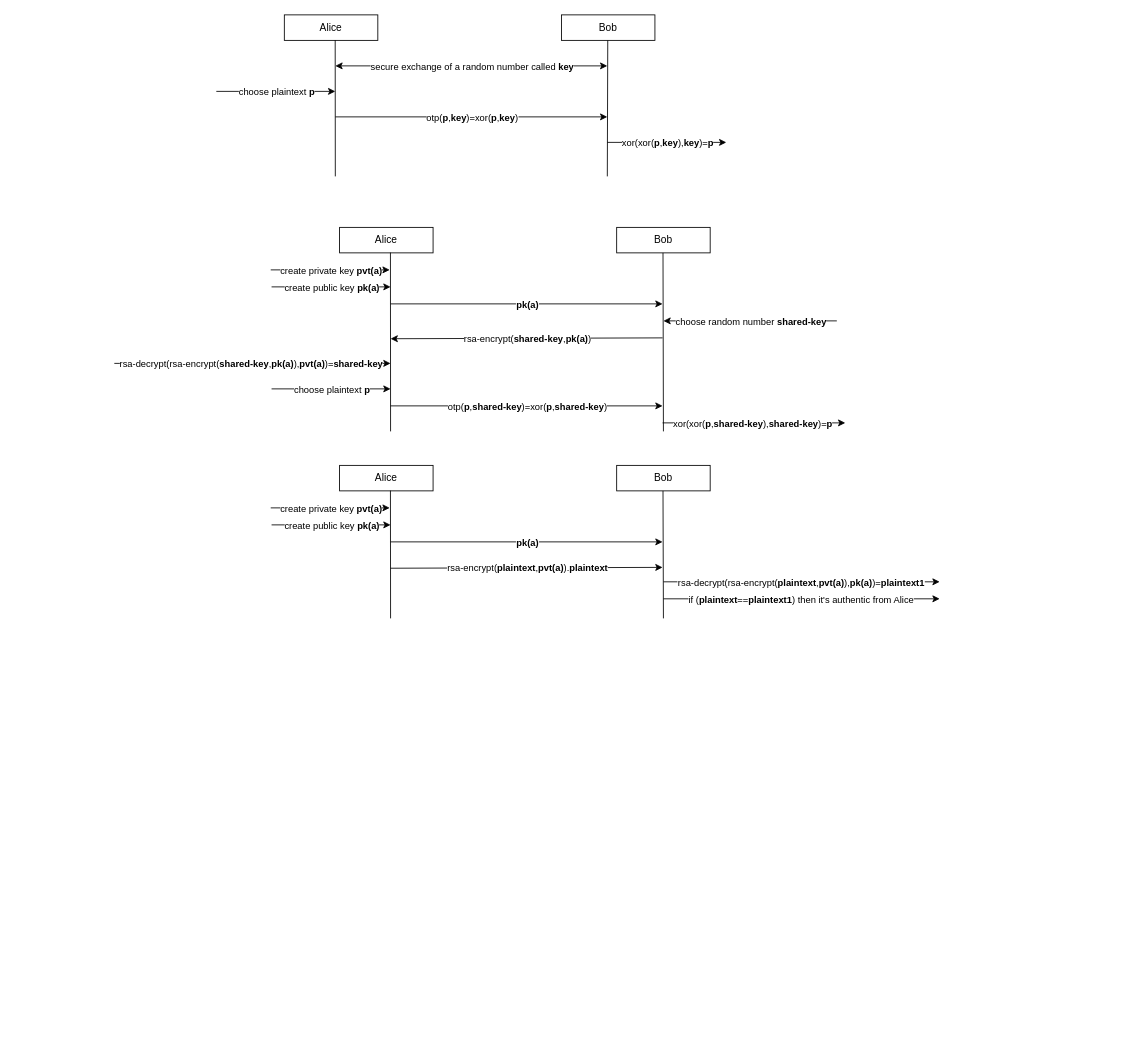
This is cybersecurity_2023/imgs/asym-enc.drawio from v-research/edu, a draw.io file, before an edit. Source tidied: cells renumbered, new cells numbered last; positions are measured from the earlier drawing's top-left corner, leaving out a move shared by most shapes. Both pictures are drawn from the tidied source at 85%, with x=0, y=0 at pixel (114, 14).
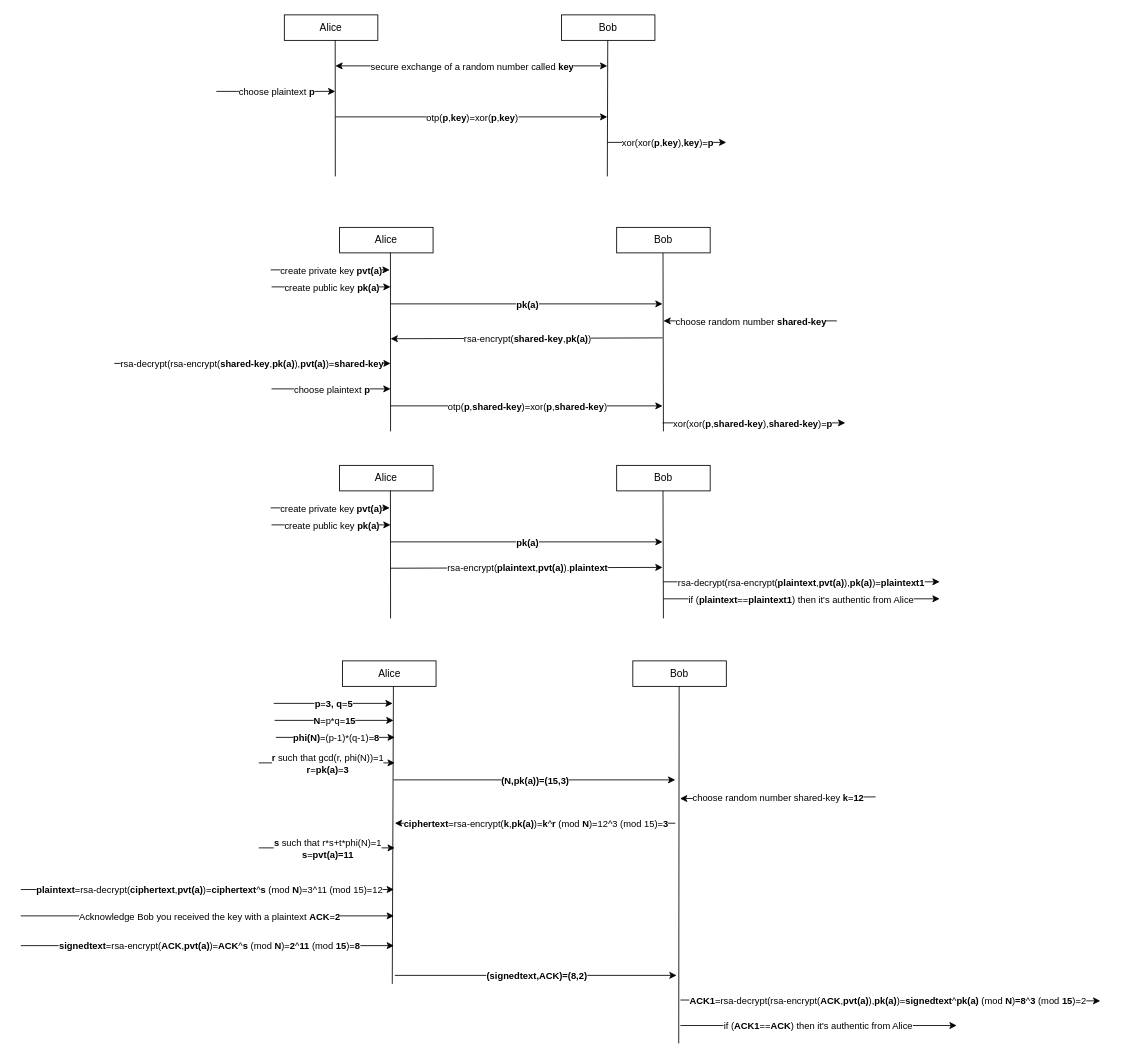
After the change.

Change to the diagram source:
```diff
@@
+    <mxCell id="52" value="Alice" style="rounded=0;whiteSpace=wrap;html=1;" parent="1" vertex="1">
+      <mxGeometry x="268.5" y="760" width="110" height="30" as="geometry" />
+    </mxCell>
+    <mxCell id="53" value="Bob" style="rounded=0;whiteSpace=wrap;html=1;" parent="1" vertex="1">
+      <mxGeometry x="610" y="760" width="110" height="30" as="geometry" />
+    </mxCell>
+    <mxCell id="54" style="endArrow=none;html=1;rounded=0;entryX=0.544;entryY=0.989;entryDx=0;entryDy=0;entryPerimeter=0;" parent="1" edge="1" target="52">
+      <mxGeometry relative="1" as="geometry">
+        <mxPoint x="327" y="1140" as="sourcePoint" />
+      </mxGeometry>
+    </mxCell>
+    <mxCell id="55" style="endArrow=none;html=1;rounded=0;entryX=0.436;entryY=1;entryDx=0;entryDy=0;entryPerimeter=0;" parent="1" edge="1">
+      <mxGeometry relative="1" as="geometry">
+        <mxPoint x="664" y="1210" as="sourcePoint" />
+        <mxPoint x="664.5" y="790" as="targetPoint" />
+      </mxGeometry>
+    </mxCell>
+    <mxCell id="56" style="endArrow=classic;html=1;rounded=0;" parent="1" edge="1">
+      <mxGeometry relative="1" as="geometry">
+        <mxPoint x="666" y="1159" as="sourcePoint" />
+        <mxPoint x="1160" y="1160" as="targetPoint" />
+      </mxGeometry>
+    </mxCell>
+    <mxCell id="57" value="&lt;b&gt;ACK1&lt;/b&gt;=rsa-decrypt(rsa-encrypt(&lt;b&gt;ACK&lt;/b&gt;,&lt;b&gt;pvt(a)&lt;/b&gt;),&lt;b&gt;pk(a)&lt;/b&gt;)=&lt;b&gt;signedtext&lt;/b&gt;^&lt;b&gt;pk(a) &lt;/b&gt;(mod &lt;b&gt;N&lt;/b&gt;)&lt;b&gt;=8&lt;/b&gt;^&lt;b&gt;3 &lt;/b&gt;(mod &lt;b&gt;15&lt;/b&gt;)=2" style="edgeLabel;html=1;align=center;verticalAlign=middle;" parent="56" vertex="1">
+      <mxGeometry relative="1" as="geometry">
+        <mxPoint x="-3" as="offset" />
+      </mxGeometry>
+    </mxCell>
+    <mxCell id="58" style="endArrow=classic;html=1;rounded=0;" parent="1" edge="1">
+      <mxGeometry relative="1" as="geometry">
+        <mxPoint x="187.5" y="810" as="sourcePoint" />
+        <mxPoint x="327.5" y="810" as="targetPoint" />
+      </mxGeometry>
+    </mxCell>
+    <mxCell id="59" value="&lt;b&gt;p&lt;/b&gt;=&lt;b&gt;3, q&lt;/b&gt;=&lt;b&gt;5&lt;/b&gt;" style="edgeLabel;html=1;align=center;verticalAlign=middle;" parent="58" vertex="1">
+      <mxGeometry relative="1" as="geometry" />
+    </mxCell>
+    <mxCell id="60" style="endArrow=classic;html=1;rounded=0;" parent="1" edge="1">
+      <mxGeometry relative="1" as="geometry">
+        <mxPoint x="188.5" y="830" as="sourcePoint" />
+        <mxPoint x="328.5" y="830" as="targetPoint" />
+      </mxGeometry>
+    </mxCell>
+    <mxCell id="61" value="&lt;b&gt;N&lt;/b&gt;=p*q=&lt;b&gt;15&lt;/b&gt;" style="edgeLabel;html=1;align=center;verticalAlign=middle;" parent="60" vertex="1">
+      <mxGeometry relative="1" as="geometry" />
+    </mxCell>
+    <mxCell id="62" style="endArrow=classic;html=1;rounded=0;" parent="1" edge="1">
+      <mxGeometry relative="1" as="geometry">
+        <mxPoint x="328.5" y="900" as="sourcePoint" />
+        <mxPoint x="660" y="900" as="targetPoint" />
+      </mxGeometry>
+    </mxCell>
+    <mxCell id="63" value="&lt;b&gt;(N,pk(a))=(15,3)&lt;/b&gt;" style="edgeLabel;html=1;align=center;verticalAlign=middle;" parent="62" vertex="1">
+      <mxGeometry relative="1" as="geometry" />
+    </mxCell>
+    <mxCell id="64" style="endArrow=classic;html=1;rounded=0;" parent="1" edge="1">
+      <mxGeometry relative="1" as="geometry">
+        <mxPoint x="666" y="1189" as="sourcePoint" />
+        <mxPoint x="991" y="1189" as="targetPoint" />
+      </mxGeometry>
+    </mxCell>
+    <mxCell id="65" value="if (&lt;b&gt;ACK1&lt;/b&gt;==&lt;b&gt;ACK&lt;/b&gt;) then it's authentic from Alice" style="edgeLabel;html=1;align=center;verticalAlign=middle;" parent="64" vertex="1">
+      <mxGeometry relative="1" as="geometry">
+        <mxPoint x="-2" as="offset" />
+      </mxGeometry>
+    </mxCell>
+    <mxCell id="66" style="endArrow=classic;html=1;rounded=0;" parent="1" edge="1">
+      <mxGeometry relative="1" as="geometry">
+        <mxPoint x="190" y="850" as="sourcePoint" />
+        <mxPoint x="330" y="850" as="targetPoint" />
+      </mxGeometry>
+    </mxCell>
+    <mxCell id="67" value="&lt;b&gt;phi(N)&lt;/b&gt;=(p-1)*(q-1)=&lt;b&gt;8&lt;/b&gt;" style="edgeLabel;html=1;align=center;verticalAlign=middle;" parent="66" vertex="1">
+      <mxGeometry relative="1" as="geometry" />
+    </mxCell>
+    <mxCell id="68" style="endArrow=classic;html=1;rounded=0;" parent="1" edge="1">
+      <mxGeometry relative="1" as="geometry">
+        <mxPoint x="170" y="880" as="sourcePoint" />
+        <mxPoint x="330" y="880" as="targetPoint" />
+      </mxGeometry>
+    </mxCell>
+    <mxCell id="69" value="&lt;b&gt;r &lt;/b&gt;such that gcd(r, phi(N))=1&lt;br&gt;&lt;b&gt;r&lt;/b&gt;=&lt;b&gt;pk(a)&lt;/b&gt;=&lt;b&gt;3&lt;/b&gt;" style="edgeLabel;html=1;align=center;verticalAlign=middle;" parent="68" vertex="1">
+      <mxGeometry relative="1" as="geometry" />
+    </mxCell>
+    <mxCell id="70" style="endArrow=classic;html=1;rounded=0;" parent="1" edge="1">
+      <mxGeometry relative="1" as="geometry">
+        <mxPoint x="895.5" y="920" as="sourcePoint" />
+        <mxPoint x="665.5" y="922" as="targetPoint" />
+      </mxGeometry>
+    </mxCell>
+    <mxCell id="71" value="choose random number&amp;nbsp;shared-key &lt;b&gt;k&lt;/b&gt;=&lt;b&gt;12&lt;/b&gt;" style="edgeLabel;html=1;align=center;verticalAlign=middle;" parent="70" vertex="1">
+      <mxGeometry relative="1" as="geometry" />
+    </mxCell>
+    <mxCell id="72" style="endArrow=classic;html=1;rounded=0;" parent="1" edge="1">
+      <mxGeometry relative="1" as="geometry">
+        <mxPoint x="660" y="951" as="sourcePoint" />
+        <mxPoint x="330" y="951" as="targetPoint" />
+      </mxGeometry>
+    </mxCell>
+    <mxCell id="73" value="&lt;b&gt;ciphertext&lt;/b&gt;=rsa-encrypt(&lt;b&gt;k&lt;/b&gt;,&lt;b&gt;pk(a)&lt;/b&gt;)=&lt;b&gt;k&lt;/b&gt;^&lt;b&gt;r&lt;/b&gt; (mod &lt;b&gt;N&lt;/b&gt;)=12^3 (mod 15)=&lt;b&gt;3&lt;/b&gt;" style="edgeLabel;html=1;align=center;verticalAlign=middle;" parent="72" vertex="1">
+      <mxGeometry relative="1" as="geometry" />
+    </mxCell>
+    <mxCell id="74" style="endArrow=classic;html=1;rounded=0;" parent="1" edge="1">
+      <mxGeometry relative="1" as="geometry">
+        <mxPoint x="170" y="980" as="sourcePoint" />
+        <mxPoint x="330" y="980" as="targetPoint" />
+      </mxGeometry>
+    </mxCell>
+    <mxCell id="75" value="&lt;b&gt;s &lt;/b&gt;such that r*s+t*phi(N)=1&lt;br&gt;&lt;b&gt;s&lt;/b&gt;=&lt;b&gt;pvt(a)=11&lt;/b&gt;" style="edgeLabel;html=1;align=center;verticalAlign=middle;" parent="74" vertex="1">
+      <mxGeometry relative="1" as="geometry" />
+    </mxCell>
+    <mxCell id="76" style="endArrow=classic;html=1;rounded=0;" parent="1" edge="1">
+      <mxGeometry relative="1" as="geometry">
+        <mxPoint x="-110" y="1029" as="sourcePoint" />
+        <mxPoint x="329" y="1029" as="targetPoint" />
+      </mxGeometry>
+    </mxCell>
+    <mxCell id="77" value="&lt;b&gt;plaintext&lt;/b&gt;=rsa-decrypt(&lt;b&gt;ciphertext&lt;/b&gt;,&lt;b&gt;pvt(a)&lt;/b&gt;)=&lt;b&gt;ciphertext&lt;/b&gt;^&lt;b&gt;s &lt;/b&gt;(mod&lt;b&gt; N&lt;/b&gt;)=3^11 (mod 15)=12" style="edgeLabel;html=1;align=center;verticalAlign=middle;" parent="76" vertex="1">
+      <mxGeometry relative="1" as="geometry">
+        <mxPoint x="1" as="offset" />
+      </mxGeometry>
+    </mxCell>
+    <mxCell id="78" style="endArrow=classic;html=1;rounded=0;" parent="1" edge="1">
+      <mxGeometry relative="1" as="geometry">
+        <mxPoint x="-110" y="1095" as="sourcePoint" />
+        <mxPoint x="329" y="1095" as="targetPoint" />
+      </mxGeometry>
+    </mxCell>
+    <mxCell id="79" value="&lt;b&gt;signedtext&lt;/b&gt;=rsa-encrypt(&lt;b&gt;ACK&lt;/b&gt;,&lt;b&gt;pvt(a)&lt;/b&gt;)=&lt;b&gt;ACK&lt;/b&gt;^&lt;b&gt;s &lt;/b&gt;(mod&lt;b&gt; N&lt;/b&gt;)=&lt;b&gt;2&lt;/b&gt;^&lt;b&gt;11&lt;/b&gt; (mod &lt;b&gt;15&lt;/b&gt;)=&lt;b&gt;8&lt;/b&gt;" style="edgeLabel;html=1;align=center;verticalAlign=middle;" parent="78" vertex="1">
+      <mxGeometry relative="1" as="geometry">
+        <mxPoint x="1" as="offset" />
+      </mxGeometry>
+    </mxCell>
+    <mxCell id="80" style="endArrow=classic;html=1;rounded=0;" parent="1" edge="1">
+      <mxGeometry relative="1" as="geometry">
+        <mxPoint x="-110" y="1060" as="sourcePoint" />
+        <mxPoint x="329" y="1060" as="targetPoint" />
+      </mxGeometry>
+    </mxCell>
+    <mxCell id="81" value="Acknowledge Bob you received the key with a plaintext &lt;b&gt;ACK&lt;/b&gt;=&lt;b&gt;2&lt;/b&gt;" style="edgeLabel;html=1;align=center;verticalAlign=middle;" parent="80" vertex="1">
+      <mxGeometry relative="1" as="geometry">
+        <mxPoint x="1" as="offset" />
+      </mxGeometry>
+    </mxCell>
+    <mxCell id="82" style="endArrow=classic;html=1;rounded=0;" parent="1" edge="1">
+      <mxGeometry relative="1" as="geometry">
+        <mxPoint x="330" y="1130" as="sourcePoint" />
+        <mxPoint x="661.5" y="1130" as="targetPoint" />
+      </mxGeometry>
+    </mxCell>
+    <mxCell id="83" value="&lt;b&gt;(signedtext,ACK)=(8,2)&lt;/b&gt;" style="edgeLabel;html=1;align=center;verticalAlign=middle;" parent="82" vertex="1">
+      <mxGeometry relative="1" as="geometry" />
+    </mxCell>
```
